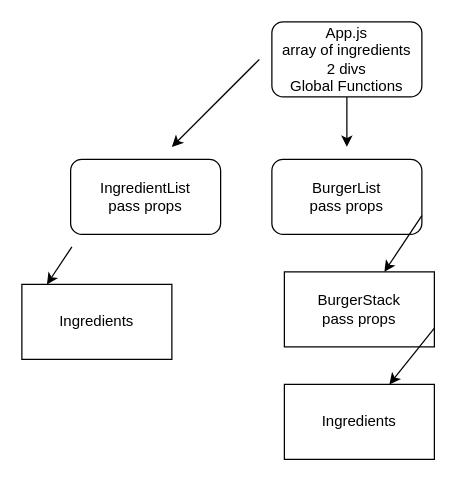
The draw.io diagram src/Componens.drawio in WDI-SEA/react-burger-stacker, before the edit. Source tidied: cells renumbered, new cells numbered last; positions are measured from the earlier drawing's top-left corner, leaving out a move shared by most shapes. Both pictures are drawn from the tidied source at 125%, with x=0, y=0 at pixel (21, 21).
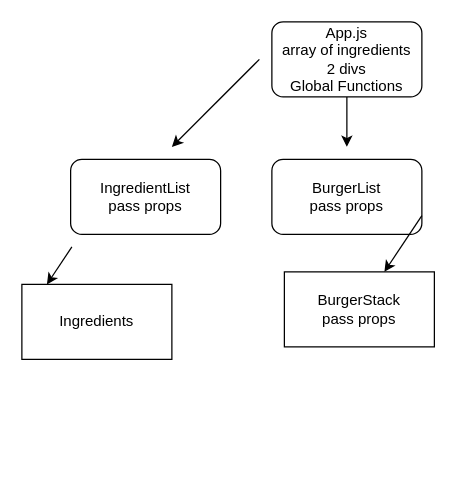
The same page after the edit.

Commit message (it also covers changes not shown here):
Still haven't figured out how to access the object's name and color.

What changed in the source:
```diff
@@
 <mxGraphModel>
   <root>
     <mxCell id="0" />
     <mxCell id="1" parent="0" />
     <mxCell id="2" value="App.js&lt;br&gt;array of ingredients&lt;br&gt;2 divs&lt;br&gt;Global Functions" style="rounded=1;whiteSpace=wrap;html=1;" parent="1" vertex="1">
       <mxGeometry x="200" width="120" height="60" as="geometry" />
     </mxCell>
     <mxCell id="3" value="BurgerList&lt;br&gt;pass props" style="rounded=1;whiteSpace=wrap;html=1;" parent="1" vertex="1">
       <mxGeometry x="200" y="110" width="120" height="60" as="geometry" />
     </mxCell>
     <mxCell id="4" value="IngredientList&lt;br&gt;pass props" style="rounded=1;whiteSpace=wrap;html=1;" parent="1" vertex="1">
       <mxGeometry x="39" y="110" width="120" height="60" as="geometry" />
     </mxCell>
     <mxCell id="5" style="endArrow=classic;html=1;" parent="1" edge="1">
       <mxGeometry relative="1" as="geometry">
         <mxPoint x="190" y="30" as="sourcePoint" />
         <mxPoint x="120" y="100" as="targetPoint" />
       </mxGeometry>
     </mxCell>
     <mxCell id="6" style="endArrow=classic;html=1;" parent="1" edge="1">
       <mxGeometry relative="1" as="geometry">
         <mxPoint x="260" y="60" as="sourcePoint" />
         <mxPoint x="260" y="100" as="targetPoint" />
       </mxGeometry>
     </mxCell>
     <mxCell id="7" value="Ingredients" style="rounded=0;whiteSpace=wrap;html=1;" parent="1" vertex="1">
       <mxGeometry y="210" width="120" height="60" as="geometry" />
     </mxCell>
     <mxCell id="8" value="BurgerStack&lt;br&gt;pass props" style="rounded=0;whiteSpace=wrap;html=1;" parent="1" vertex="1">
       <mxGeometry x="210" y="200" width="120" height="60" as="geometry" />
     </mxCell>
-    <mxCell id="9" value="Ingredients&lt;br&gt;" style="rounded=0;whiteSpace=wrap;html=1;" parent="1" vertex="1">
-      <mxGeometry x="210" y="290" width="120" height="60" as="geometry" />
-    </mxCell>
     <mxCell id="10" style="endArrow=classic;html=1;entryX=0.167;entryY=0;entryDx=0;entryDy=0;entryPerimeter=0;" parent="1" edge="1" target="7">
       <mxGeometry relative="1" as="geometry">
         <mxPoint x="40" y="180" as="sourcePoint" />
       </mxGeometry>
     </mxCell>
     <mxCell id="11" style="endArrow=classic;html=1;exitX=1;exitY=0.75;exitDx=0;exitDy=0;" parent="1" edge="1" source="3" target="8">
       <mxGeometry relative="1" as="geometry" />
     </mxCell>
-    <mxCell id="12" style="endArrow=classic;html=1;exitX=1;exitY=0.75;exitDx=0;exitDy=0;" parent="1" edge="1" source="8" target="9">
-      <mxGeometry relative="1" as="geometry" />
-    </mxCell>
   </root>
 </mxGraphModel>
```
